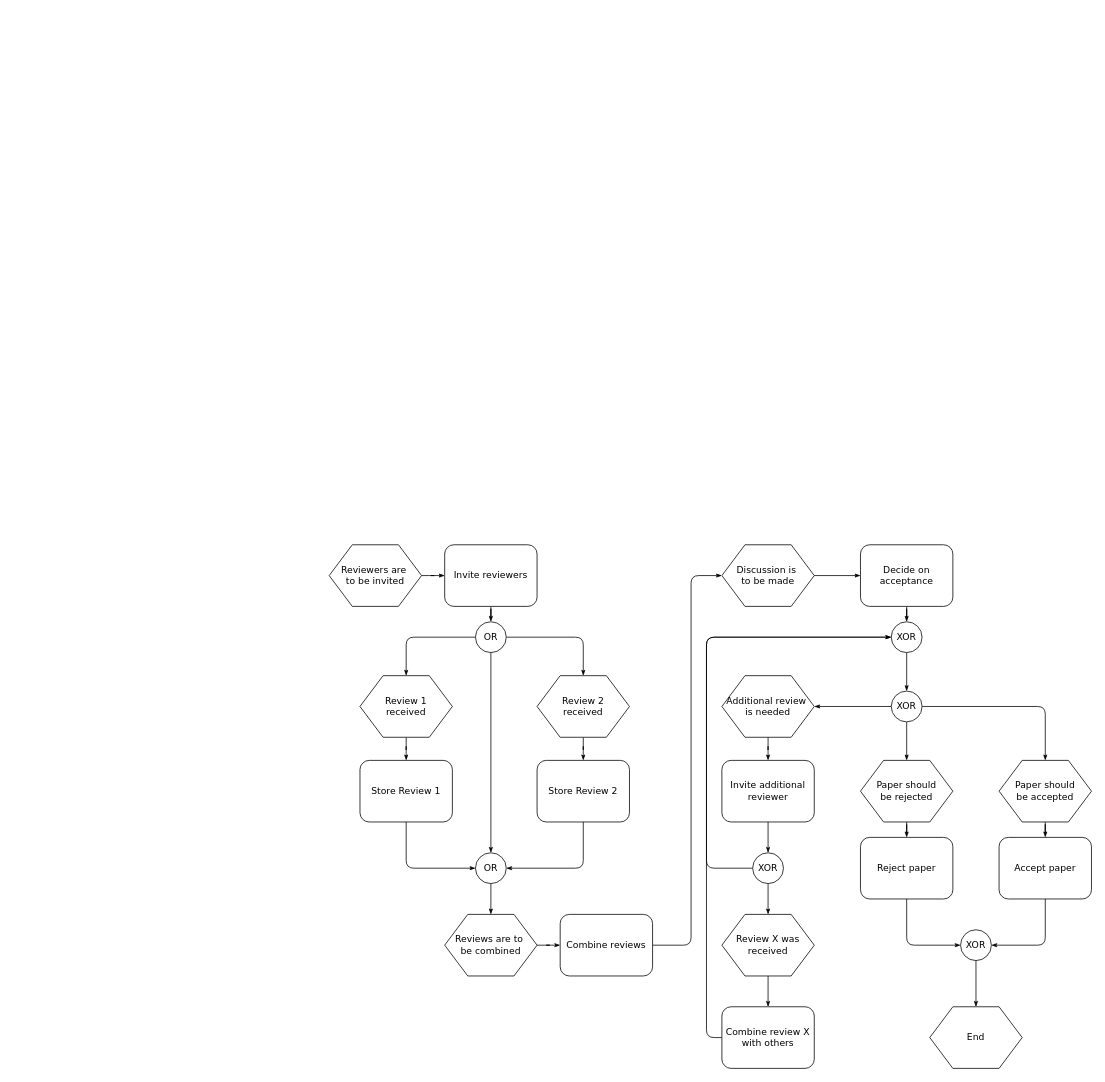
This is GLiNet_Qos.drawio from levenwindy/flowChart, a draw.io file, before an edit. Source tidied: cells renumbered, new cells numbered last; positions are measured from the earlier drawing's top-left corner, leaving out a move shared by most shapes. Both pictures are drawn from the tidied source at 77%, with x=0, y=0 at pixel (329, 544).
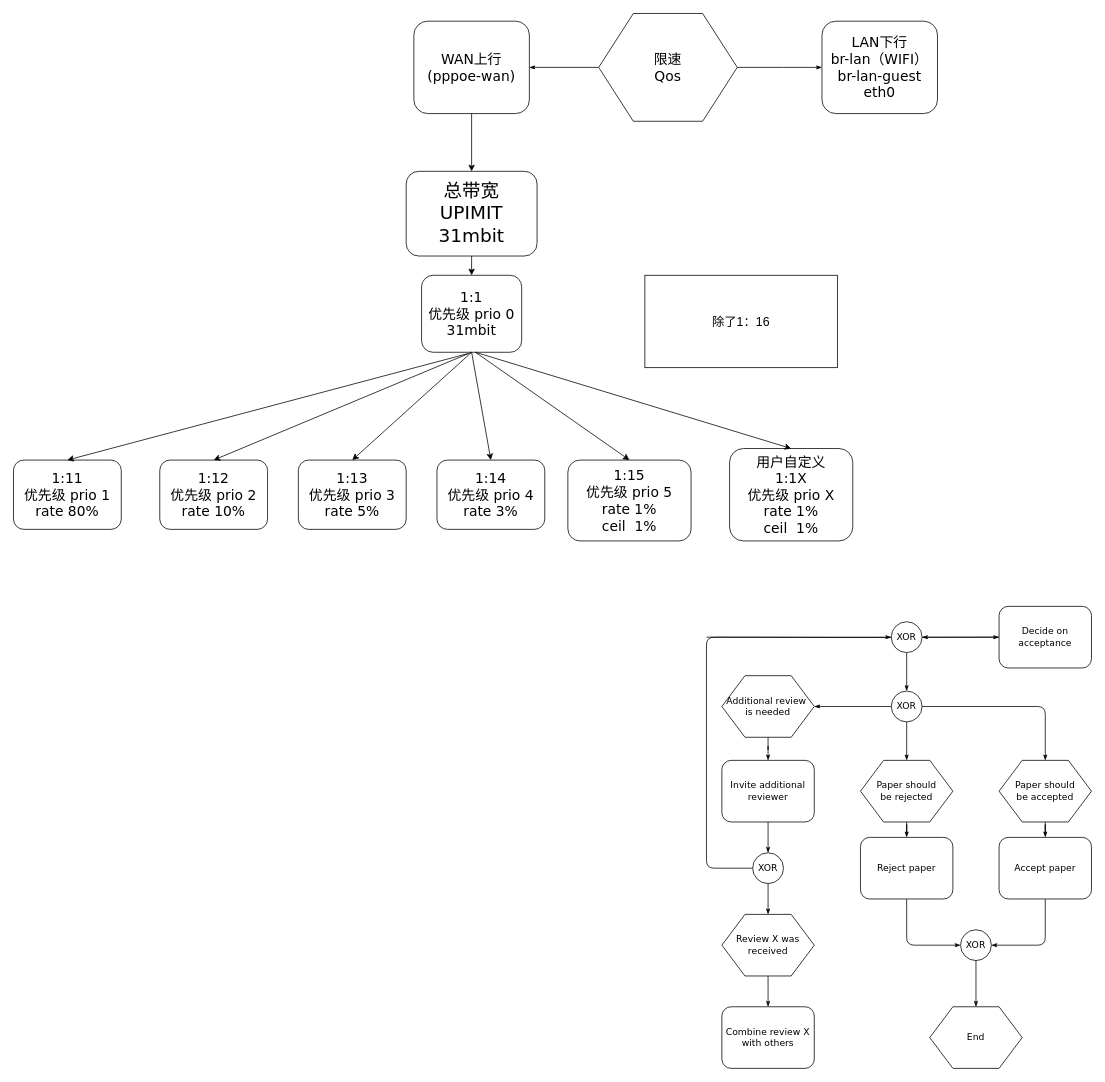
After the change.

The change refers to these unchanged cells:
```xml
<mxCell id="29" value="XOR" style="ellipse;whiteSpace=wrap;html=1;rounded=1;shadow=0;labelBackgroundColor=none;strokeWidth=1;fontFamily=Verdana;fontSize=12;align=center;" parent="1" vertex="1">
  <mxGeometry x="730" y="100" width="40" height="40" as="geometry" />
</mxCell>
<mxCell id="55" value="Combine review X with others" style="rounded=1;whiteSpace=wrap;html=1;shadow=0;labelBackgroundColor=none;strokeWidth=1;fontFamily=Verdana;fontSize=12;align=center;" parent="1" vertex="1">
  <mxGeometry x="510" y="600" width="120" height="80" as="geometry" />
</mxCell>
```

What changed in the source:
```diff
@@
-    <mxCell id="3" value="Reviewers are&amp;nbsp;&lt;div&gt;to&amp;nbsp;&lt;span&gt;be invited&lt;/span&gt;&lt;/div&gt;" style="shape=hexagon;perimeter=hexagonPerimeter;whiteSpace=wrap;html=1;rounded=0;shadow=0;labelBackgroundColor=none;strokeWidth=1;fontFamily=Verdana;fontSize=12;align=center;" parent="1" vertex="1">
-      <mxGeometry width="120" height="80" as="geometry" />
+    <mxCell id="3" value="&lt;font style=&quot;&quot;&gt;&lt;font style=&quot;font-size: 18px;&quot;&gt;限速&lt;br&gt;Qos&lt;/font&gt;&lt;br&gt;&lt;/font&gt;" style="shape=hexagon;perimeter=hexagonPerimeter;whiteSpace=wrap;html=1;rounded=0;shadow=0;labelBackgroundColor=none;strokeWidth=1;fontFamily=Verdana;fontSize=12;align=center;" parent="1" vertex="1">
+      <mxGeometry x="350" y="-690" width="180" height="140" as="geometry" />
     </mxCell>
-    <mxCell id="4" style="edgeStyle=orthogonalEdgeStyle;rounded=1;html=1;labelBackgroundColor=none;startArrow=none;startFill=0;startSize=5;endArrow=classicThin;endFill=1;endSize=5;jettySize=auto;strokeWidth=1;fontFamily=Verdana;fontSize=8;" parent="1" edge="1" source="5" target="9">
-      <mxGeometry relative="1" as="geometry" />
-    </mxCell>
-    <mxCell id="5" value="Invite reviewers" style="rounded=1;whiteSpace=wrap;html=1;shadow=0;labelBackgroundColor=none;strokeWidth=1;fontFamily=Verdana;fontSize=12;align=center;" parent="1" vertex="1">
-      <mxGeometry x="150" width="120" height="80" as="geometry" />
+    <mxCell id="5" value="&lt;font style=&quot;font-size: 18px;&quot;&gt;WAN上行&lt;br&gt;(pppoe-wan)&lt;/font&gt;" style="rounded=1;whiteSpace=wrap;html=1;shadow=0;labelBackgroundColor=none;strokeWidth=1;fontFamily=Verdana;fontSize=17;align=center;" parent="1" vertex="1">
+      <mxGeometry x="110" y="-680" width="150" height="120" as="geometry" />
     </mxCell>
-    <mxCell id="6" style="edgeStyle=orthogonalEdgeStyle;rounded=1;html=1;labelBackgroundColor=none;startArrow=none;startFill=0;startSize=5;endArrow=classicThin;endFill=1;endSize=5;jettySize=auto;strokeWidth=1;fontFamily=Verdana;fontSize=8;" parent="1" edge="1" source="9" target="13">
-      <mxGeometry relative="1" as="geometry" />
-    </mxCell>
-    <mxCell id="7" style="edgeStyle=orthogonalEdgeStyle;rounded=1;html=1;labelBackgroundColor=none;startArrow=none;startFill=0;startSize=5;endArrow=classicThin;endFill=1;endSize=5;jettySize=auto;strokeWidth=1;fontFamily=Verdana;fontSize=8;" parent="1" edge="1" source="9" target="11">
-      <mxGeometry relative="1" as="geometry" />
-    </mxCell>
-    <mxCell id="8" style="edgeStyle=orthogonalEdgeStyle;rounded=1;html=1;labelBackgroundColor=none;startArrow=none;startFill=0;startSize=5;endArrow=classicThin;endFill=1;endSize=5;jettySize=auto;strokeWidth=1;fontFamily=Verdana;fontSize=12;" parent="1" edge="1" source="9" target="19">
-      <mxGeometry relative="1" as="geometry" />
-    </mxCell>
-    <mxCell id="9" value="OR" style="ellipse;whiteSpace=wrap;html=1;rounded=1;shadow=0;labelBackgroundColor=none;strokeWidth=1;fontFamily=Verdana;fontSize=12;align=center;" parent="1" vertex="1">
-      <mxGeometry x="190" y="100" width="40" height="40" as="geometry" />
-    </mxCell>
-    <mxCell id="10" style="edgeStyle=orthogonalEdgeStyle;rounded=1;html=1;labelBackgroundColor=none;startArrow=none;startFill=0;startSize=5;endArrow=classicThin;endFill=1;endSize=5;jettySize=auto;strokeWidth=1;fontFamily=Verdana;fontSize=8;" parent="1" edge="1" source="11" target="15">
-      <mxGeometry relative="1" as="geometry" />
-    </mxCell>
-    <mxCell id="11" value="Review 1&lt;div&gt;received&lt;/div&gt;" style="shape=hexagon;perimeter=hexagonPerimeter;whiteSpace=wrap;html=1;rounded=0;shadow=0;labelBackgroundColor=none;strokeWidth=1;fontFamily=Verdana;fontSize=12;align=center;" parent="1" vertex="1">
-      <mxGeometry x="40" y="170" width="120" height="80" as="geometry" />
-    </mxCell>
-    <mxCell id="12" style="edgeStyle=orthogonalEdgeStyle;rounded=1;html=1;labelBackgroundColor=none;startArrow=none;startFill=0;startSize=5;endArrow=classicThin;endFill=1;endSize=5;jettySize=auto;strokeWidth=1;fontFamily=Verdana;fontSize=8;" parent="1" edge="1" source="13" target="17">
-      <mxGeometry relative="1" as="geometry" />
-    </mxCell>
-    <mxCell id="13" value="Review 2&lt;div&gt;received&lt;/div&gt;" style="shape=hexagon;perimeter=hexagonPerimeter;whiteSpace=wrap;html=1;rounded=0;shadow=0;labelBackgroundColor=none;strokeWidth=1;fontFamily=Verdana;fontSize=12;align=center;" parent="1" vertex="1">
-      <mxGeometry x="270" y="170" width="120" height="80" as="geometry" />
-    </mxCell>
-    <mxCell id="14" style="edgeStyle=orthogonalEdgeStyle;rounded=1;html=1;labelBackgroundColor=none;startArrow=none;startFill=0;startSize=5;endArrow=classicThin;endFill=1;endSize=5;jettySize=auto;strokeWidth=1;fontFamily=Verdana;fontSize=8;" parent="1" edge="1" source="15" target="19">
-      <mxGeometry relative="1" as="geometry">
-        <Array as="points">
-          <mxPoint x="100" y="420" />
-        </Array>
-      </mxGeometry>
-    </mxCell>
-    <mxCell id="15" value="Store Review 1" style="rounded=1;whiteSpace=wrap;html=1;shadow=0;labelBackgroundColor=none;strokeWidth=1;fontFamily=Verdana;fontSize=12;align=center;" parent="1" vertex="1">
-      <mxGeometry x="40" y="280" width="120" height="80" as="geometry" />
-    </mxCell>
-    <mxCell id="16" style="edgeStyle=orthogonalEdgeStyle;rounded=1;html=1;labelBackgroundColor=none;startArrow=none;startFill=0;startSize=5;endArrow=classicThin;endFill=1;endSize=5;jettySize=auto;strokeWidth=1;fontFamily=Verdana;fontSize=8;" parent="1" edge="1" source="17" target="19">
-      <mxGeometry relative="1" as="geometry">
-        <Array as="points">
-          <mxPoint x="330" y="420" />
-        </Array>
-      </mxGeometry>
-    </mxCell>
-    <mxCell id="17" value="Store Review 2" style="rounded=1;whiteSpace=wrap;html=1;shadow=0;labelBackgroundColor=none;strokeWidth=1;fontFamily=Verdana;fontSize=12;align=center;" parent="1" vertex="1">
-      <mxGeometry x="270" y="280" width="120" height="80" as="geometry" />
-    </mxCell>
-    <mxCell id="18" style="edgeStyle=orthogonalEdgeStyle;rounded=1;html=1;labelBackgroundColor=none;startArrow=none;startFill=0;startSize=5;endArrow=classicThin;endFill=1;endSize=5;jettySize=auto;strokeWidth=1;fontFamily=Verdana;fontSize=8;" parent="1" edge="1" source="19" target="21">
-      <mxGeometry relative="1" as="geometry" />
-    </mxCell>
-    <mxCell id="19" value="OR" style="ellipse;whiteSpace=wrap;html=1;rounded=1;shadow=0;labelBackgroundColor=none;strokeWidth=1;fontFamily=Verdana;fontSize=12;align=center;" parent="1" vertex="1">
-      <mxGeometry x="190" y="400" width="40" height="40" as="geometry" />
-    </mxCell>
-    <mxCell id="20" style="edgeStyle=orthogonalEdgeStyle;rounded=1;html=1;labelBackgroundColor=none;startArrow=none;startFill=0;startSize=5;endArrow=classicThin;endFill=1;endSize=5;jettySize=auto;strokeWidth=1;fontFamily=Verdana;fontSize=8;" parent="1" edge="1" source="21" target="23">
-      <mxGeometry relative="1" as="geometry" />
-    </mxCell>
-    <mxCell id="21" value="Reviews are to&amp;nbsp;&lt;div&gt;be combined&lt;/div&gt;" style="shape=hexagon;perimeter=hexagonPerimeter;whiteSpace=wrap;html=1;rounded=0;shadow=0;labelBackgroundColor=none;strokeWidth=1;fontFamily=Verdana;fontSize=12;align=center;" parent="1" vertex="1">
-      <mxGeometry x="150" y="480" width="120" height="80" as="geometry" />
-    </mxCell>
-    <mxCell id="22" style="edgeStyle=orthogonalEdgeStyle;rounded=1;html=1;labelBackgroundColor=none;startArrow=none;startFill=0;startSize=5;endArrow=classicThin;endFill=1;endSize=5;jettySize=auto;strokeWidth=1;fontFamily=Verdana;fontSize=8;" parent="1" edge="1" source="23" target="25">
-      <mxGeometry relative="1" as="geometry">
-        <Array as="points">
-          <mxPoint x="470" y="520" />
-          <mxPoint x="470" y="40" />
-        </Array>
-      </mxGeometry>
-    </mxCell>
-    <mxCell id="23" value="Combine reviews" style="rounded=1;whiteSpace=wrap;html=1;shadow=0;labelBackgroundColor=none;strokeWidth=1;fontFamily=Verdana;fontSize=12;align=center;" parent="1" vertex="1">
-      <mxGeometry x="300" y="480" width="120" height="80" as="geometry" />
-    </mxCell>
-    <mxCell id="24" style="edgeStyle=orthogonalEdgeStyle;rounded=1;html=1;labelBackgroundColor=none;startArrow=none;startFill=0;startSize=5;endArrow=classicThin;endFill=1;endSize=5;jettySize=auto;strokeWidth=1;fontFamily=Verdana;fontSize=8;" parent="1" edge="1" source="25" target="27">
-      <mxGeometry relative="1" as="geometry" />
+    <mxCell id="24" style="edgeStyle=orthogonalEdgeStyle;rounded=1;html=1;labelBackgroundColor=none;startArrow=none;startFill=0;startSize=5;endArrow=classicThin;endFill=1;endSize=5;jettySize=auto;strokeWidth=1;fontFamily=Verdana;fontSize=8;" parent="1" edge="1" target="27">
+      <mxGeometry relative="1" as="geometry">
+        <mxPoint x="490" y="120" as="sourcePoint" />
+      </mxGeometry>
     </mxCell>
-    <mxCell id="25" value="Discussion is&amp;nbsp;&lt;div&gt;to be made&lt;/div&gt;" style="shape=hexagon;perimeter=hexagonPerimeter;whiteSpace=wrap;html=1;rounded=0;shadow=0;labelBackgroundColor=none;strokeWidth=1;fontFamily=Verdana;fontSize=12;align=center;" parent="1" vertex="1">
-      <mxGeometry x="510" width="120" height="80" as="geometry" />
-    </mxCell>
@@
     <mxCell id="27" value="Decide on acceptance" style="rounded=1;whiteSpace=wrap;html=1;shadow=0;labelBackgroundColor=none;strokeWidth=1;fontFamily=Verdana;fontSize=12;align=center;" parent="1" vertex="1">
-      <mxGeometry x="690" width="120" height="80" as="geometry" />
+      <mxGeometry x="870" y="80" width="120" height="80" as="geometry" />
     </mxCell>
@@
-    <mxCell id="54" style="edgeStyle=orthogonalEdgeStyle;rounded=1;html=1;labelBackgroundColor=none;startArrow=none;startFill=0;startSize=5;endArrow=classicThin;endFill=1;endSize=5;jettySize=auto;sstrokeWidth=1;fontFamily=Verdana;fontSize=8;" parent="1" edge="1" source="55" target="29">
-      <mxGeometry relative="1" as="geometry">
-        <Array as="points">
-          <mxPoint x="490" y="640" />
-          <mxPoint x="490" y="120" />
-        </Array>
-      </mxGeometry>
-    </mxCell>
@@
+    <mxCell id="56" value="&lt;font style=&quot;font-size: 18px;&quot;&gt;LAN下行&lt;br&gt;br-lan（WIFI）&lt;br&gt;br-lan-guest&lt;br&gt;eth0&lt;/font&gt;" style="rounded=1;whiteSpace=wrap;html=1;shadow=0;labelBackgroundColor=none;strokeWidth=1;fontFamily=Verdana;fontSize=17;align=center;" parent="1" vertex="1">
+      <mxGeometry x="640" y="-680" width="150" height="120" as="geometry" />
+    </mxCell>
+    <mxCell id="57" style="edgeStyle=orthogonalEdgeStyle;rounded=1;html=1;labelBackgroundColor=none;startArrow=none;startFill=0;startSize=5;endArrow=classicThin;endFill=1;endSize=5;jettySize=auto;strokeWidth=1;fontFamily=Verdana;fontSize=8;entryX=0;entryY=0.5;entryDx=0;entryDy=0;" parent="1" edge="1" source="3" target="56">
+      <mxGeometry relative="1" as="geometry">
+        <Array as="points">
+          <mxPoint x="590" y="-620" />
+          <mxPoint x="590" y="-620" />
+        </Array>
+      </mxGeometry>
+    </mxCell>
+    <mxCell id="58" value="&lt;font style=&quot;&quot;&gt;&lt;font style=&quot;font-size: 24px;&quot;&gt;总带宽&lt;br&gt;UPIMIT&lt;br&gt;31mbit&lt;/font&gt;&lt;br&gt;&lt;/font&gt;" style="rounded=1;whiteSpace=wrap;html=1;shadow=0;labelBackgroundColor=none;strokeWidth=1;fontFamily=Verdana;fontSize=12;align=center;" parent="1" vertex="1">
+      <mxGeometry x="100" y="-485" width="170" height="110" as="geometry" />
+    </mxCell>
+    <mxCell id="59" style="endArrow=classic;html=1;rounded=0;entryX=0.5;entryY=0;entryDx=0;entryDy=0;exitX=0.5;exitY=1;exitDx=0;exitDy=0;" parent="1" edge="1" source="5" target="58">
+      <mxGeometry relative="1" as="geometry" />
+    </mxCell>
+    <mxCell id="60" value="&lt;font style=&quot;font-size: 18px;&quot;&gt;1:1 &lt;br&gt;优先级 prio 0&lt;br&gt;31mbit&lt;br&gt;&lt;/font&gt;" style="rounded=1;whiteSpace=wrap;html=1;shadow=0;labelBackgroundColor=none;strokeWidth=1;fontFamily=Verdana;fontSize=12;align=center;" parent="1" vertex="1">
+      <mxGeometry x="120" y="-350" width="130" height="100" as="geometry" />
+    </mxCell>
+    <mxCell id="61" style="endArrow=classic;html=1;rounded=0;entryX=0.5;entryY=0;entryDx=0;entryDy=0;exitX=0.5;exitY=1;exitDx=0;exitDy=0;" parent="1" edge="1" source="58" target="60">
+      <mxGeometry relative="1" as="geometry" />
+    </mxCell>
+    <mxCell id="62" value="&lt;font style=&quot;font-size: 18px;&quot;&gt;1:11&lt;br&gt;优先级 prio 1&lt;br&gt;rate 80%&lt;br&gt;&lt;/font&gt;" style="rounded=1;whiteSpace=wrap;html=1;shadow=0;labelBackgroundColor=none;strokeWidth=1;fontFamily=Verdana;fontSize=12;align=center;" parent="1" vertex="1">
+      <mxGeometry x="-410" y="-110" width="140" height="90" as="geometry" />
+    </mxCell>
+    <mxCell id="63" style="endArrow=classic;html=1;rounded=0;exitX=0.461;exitY=1.018;exitDx=0;exitDy=0;exitPerimeter=0;entryX=0.5;entryY=0;entryDx=0;entryDy=0;" parent="1" edge="1" source="60" target="62">
+      <mxGeometry relative="1" as="geometry" />
+    </mxCell>
+    <mxCell id="64" value="&lt;font style=&quot;font-size: 18px;&quot;&gt;1:12&lt;br&gt;优先级 prio 2&lt;br&gt;rate 10%&lt;br&gt;&lt;/font&gt;" style="rounded=1;whiteSpace=wrap;html=1;shadow=0;labelBackgroundColor=none;strokeWidth=1;fontFamily=Verdana;fontSize=12;align=center;" parent="1" vertex="1">
+      <mxGeometry x="-220" y="-110" width="140" height="90" as="geometry" />
+    </mxCell>
+    <mxCell id="65" style="endArrow=classic;html=1;rounded=0;exitX=0.5;exitY=1;exitDx=0;exitDy=0;entryX=0.5;entryY=0;entryDx=0;entryDy=0;" parent="1" edge="1" source="60" target="64">
+      <mxGeometry relative="1" as="geometry" />
+    </mxCell>
+    <mxCell id="66" value="&lt;font style=&quot;font-size: 18px;&quot;&gt;1:13&lt;br&gt;优先级 prio 3&lt;br&gt;rate 5%&lt;br&gt;&lt;/font&gt;" style="rounded=1;whiteSpace=wrap;html=1;shadow=0;labelBackgroundColor=none;strokeWidth=1;fontFamily=Verdana;fontSize=12;align=center;" parent="1" vertex="1">
+      <mxGeometry x="-40" y="-110" width="140" height="90" as="geometry" />
+    </mxCell>
+    <mxCell id="67" style="endArrow=classic;html=1;rounded=0;exitX=0.5;exitY=1;exitDx=0;exitDy=0;entryX=0.5;entryY=0;entryDx=0;entryDy=0;" parent="1" edge="1" source="60" target="66">
+      <mxGeometry relative="1" as="geometry" />
+    </mxCell>
+    <mxCell id="68" value="&lt;font style=&quot;font-size: 18px;&quot;&gt;1:14&lt;br&gt;优先级 prio 4&lt;br&gt;rate 3%&lt;br&gt;&lt;/font&gt;" style="rounded=1;whiteSpace=wrap;html=1;shadow=0;labelBackgroundColor=none;strokeWidth=1;fontFamily=Verdana;fontSize=12;align=center;" parent="1" vertex="1">
+      <mxGeometry x="140" y="-110" width="140" height="90" as="geometry" />
+    </mxCell>
+    <mxCell id="69" style="endArrow=classic;html=1;rounded=0;exitX=0.5;exitY=1;exitDx=0;exitDy=0;entryX=0.5;entryY=0;entryDx=0;entryDy=0;" parent="1" edge="1" source="60" target="68">
+      <mxGeometry relative="1" as="geometry" />
+    </mxCell>
+    <mxCell id="70" style="endArrow=classic;html=1;rounded=0;entryX=0.5;entryY=0;entryDx=0;entryDy=0;" parent="1" edge="1" target="74">
+      <mxGeometry relative="1" as="geometry">
+        <mxPoint x="190" y="-250" as="sourcePoint" />
+      </mxGeometry>
+    </mxCell>
+    <mxCell id="71" value="&lt;font size=&quot;3&quot;&gt;除了1：16&lt;/font&gt;" style="rounded=0;whiteSpace=wrap;html=1;" parent="1" vertex="1">
+      <mxGeometry x="410" y="-350" width="250" height="120" as="geometry" />
+    </mxCell>
+    <mxCell id="72" value="&lt;font style=&quot;font-size: 18px;&quot;&gt;用户自定义&lt;br&gt;1:1X&lt;br&gt;优先级 prio X&lt;br&gt;rate 1%&lt;br style=&quot;border-color: var(--border-color);&quot;&gt;ceil&amp;nbsp; 1%&lt;br&gt;&lt;/font&gt;" style="rounded=1;whiteSpace=wrap;html=1;shadow=0;labelBackgroundColor=none;strokeWidth=1;fontFamily=Verdana;fontSize=12;align=center;" parent="1" vertex="1">
+      <mxGeometry x="520" y="-125" width="160" height="120" as="geometry" />
+    </mxCell>
+    <mxCell id="73" style="endArrow=classic;html=1;rounded=0;entryX=0.5;entryY=0;entryDx=0;entryDy=0;" parent="1" edge="1" target="72">
+      <mxGeometry relative="1" as="geometry">
+        <mxPoint x="190" y="-250" as="sourcePoint" />
+      </mxGeometry>
+    </mxCell>
+    <mxCell id="74" value="&lt;font style=&quot;font-size: 18px;&quot;&gt;1:15&lt;br&gt;优先级 prio 5&lt;br&gt;rate 1%&lt;br style=&quot;border-color: var(--border-color);&quot;&gt;ceil&amp;nbsp; 1%&lt;br&gt;&lt;/font&gt;" style="rounded=1;whiteSpace=wrap;html=1;shadow=0;labelBackgroundColor=none;strokeWidth=1;fontFamily=Verdana;fontSize=12;align=center;" parent="1" vertex="1">
+      <mxGeometry x="310" y="-110" width="160" height="105" as="geometry" />
+    </mxCell>
```
